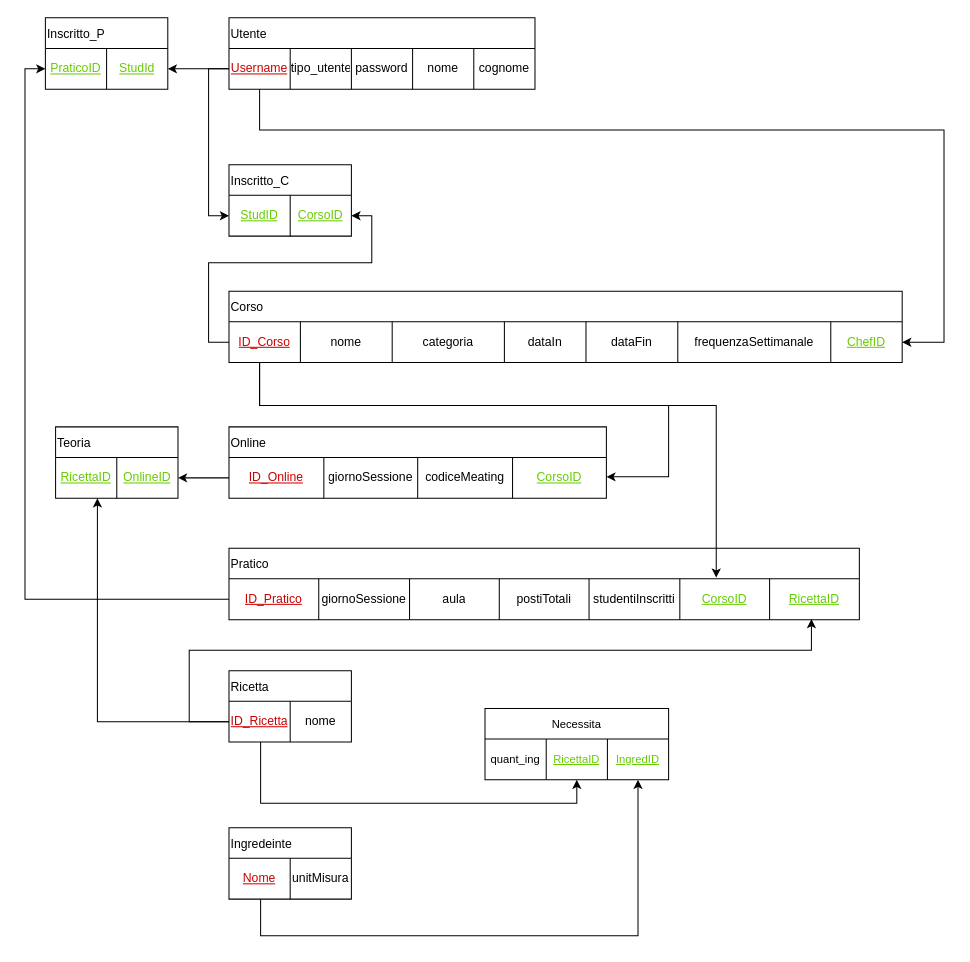
Before: page "Schema logico" (4 of 4) of bdd/uml/UML1.drawio in MetisWastaken/UninaFoodLab, a draw.io diagram. Source tidied: cells renumbered, new cells numbered last; positions are measured from the earlier drawing's top-left corner, leaving out a move shared by most shapes. Both pictures are drawn from the tidied source at 102%, with x=0, y=0 at pixel (45, 17).
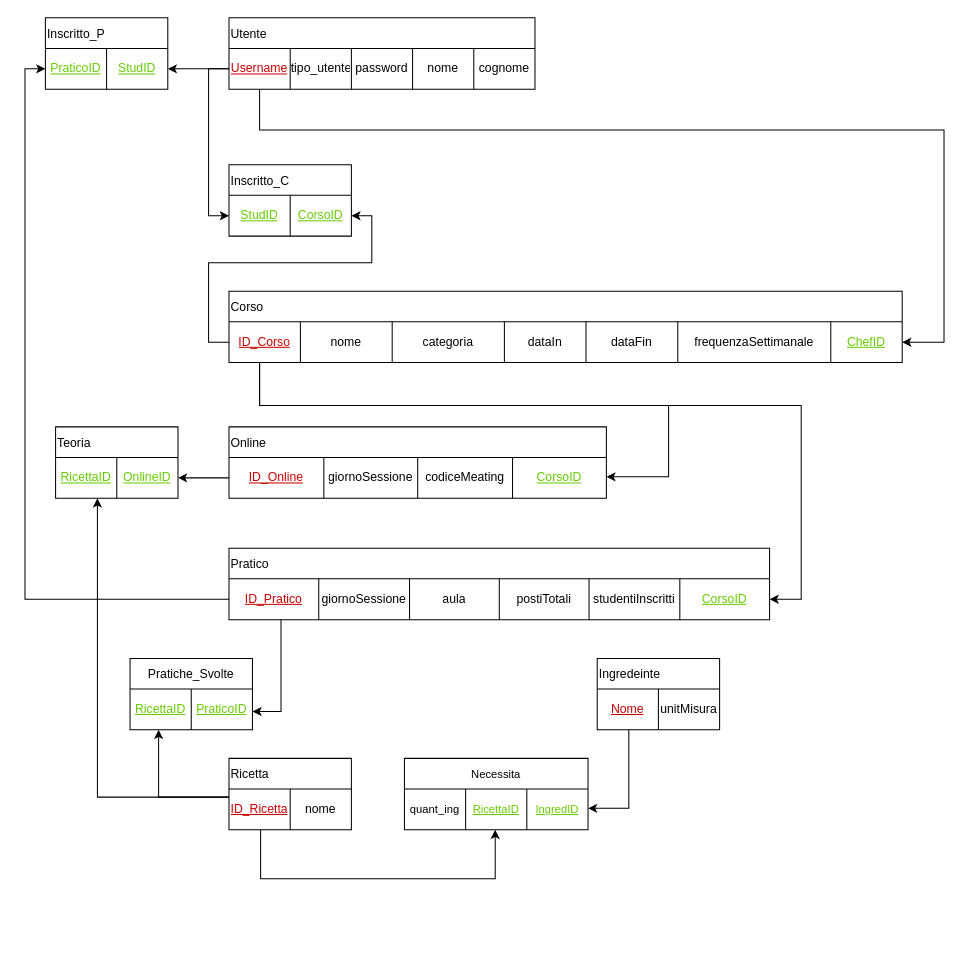
After the change.

The change refers to these unchanged cells:
```xml
<mxCell id="10" style="shape=tableRow;horizontal=0;startSize=0;swimlaneHead=0;swimlaneBody=0;strokeColor=inherit;top=0;left=0;bottom=0;right=0;fillColor=none;points=[[0,0.5],[1,0.5]];portConstraint=eastwest;" parent="9" vertex="1">
  <mxGeometry y="30" width="660" height="40" as="geometry" />
</mxCell>
<mxCell id="23" style="shape=tableRow;horizontal=0;startSize=0;swimlaneHead=0;swimlaneBody=0;strokeColor=inherit;top=0;left=0;bottom=0;right=0;fillColor=none;points=[[0,0.5],[1,0.5]];portConstraint=eastwest;" parent="22" vertex="1">
  <mxGeometry y="30" width="120" height="40" as="geometry" />
</mxCell>
<mxCell id="27" style="shape=tableRow;horizontal=0;startSize=0;swimlaneHead=0;swimlaneBody=0;strokeColor=inherit;top=0;left=0;bottom=0;right=0;fillColor=none;points=[[0,0.5],[1,0.5]];portConstraint=eastwest;" parent="26" vertex="1">
  <mxGeometry y="30" width="120" height="40" as="geometry" />
</mxCell>
<mxCell id="46" style="shape=tableRow;horizontal=0;startSize=0;swimlaneHead=0;swimlaneBody=0;strokeColor=inherit;top=0;left=0;bottom=0;right=0;fillColor=none;points=[[0,0.5],[1,0.5]];portConstraint=eastwest;" parent="45" vertex="1">
  <mxGeometry y="30" width="120" height="40" as="geometry" />
</mxCell>
<mxCell id="50" style="shape=tableRow;horizontal=0;startSize=0;swimlaneHead=0;swimlaneBody=0;strokeColor=inherit;top=0;left=0;bottom=0;right=0;fillColor=none;points=[[0,0.5],[1,0.5]];portConstraint=eastwest;" parent="49" vertex="1">
  <mxGeometry y="30" width="120" height="40" as="geometry" />
</mxCell>
<mxCell id="63" style="shape=tableRow;horizontal=0;startSize=0;swimlaneHead=0;swimlaneBody=0;strokeColor=inherit;top=0;left=0;bottom=0;right=0;fillColor=none;points=[[0,0.5],[1,0.5]];portConstraint=eastwest;fontFamily=Helvetica;fontSize=11;fontColor=default;labelBackgroundColor=default;" parent="62" vertex="1">
  <mxGeometry y="30" width="180" height="40" as="geometry" />
</mxCell>
```

Diff of the diagram source:
```diff
@@
-    <mxCell id="25" value="&lt;font style=&quot;color: rgb(102, 204, 0);&quot;&gt;&lt;u&gt;StudId&lt;/u&gt;&lt;/font&gt;" style="shape=partialRectangle;html=1;whiteSpace=wrap;strokeColor=inherit;overflow=hidden;fillColor=none;top=0;left=0;bottom=0;right=0;" parent="23" vertex="1">
+    <mxCell id="25" value="&lt;font style=&quot;color: rgb(102, 204, 0);&quot;&gt;&lt;u&gt;StudID&lt;/u&gt;&lt;/font&gt;" style="shape=partialRectangle;html=1;whiteSpace=wrap;strokeColor=inherit;overflow=hidden;fillColor=none;top=0;left=0;bottom=0;right=0;" parent="23" vertex="1">
       <mxGeometry x="60" width="60" height="40" as="geometry" />
     </mxCell>
@@
+    <mxCell id="70" style="edgeStyle=orthogonalEdgeStyle;rounded=0;jettySize=auto;html=1;" parent="1" edge="1" source="30" target="72">
+      <mxGeometry relative="1" as="geometry">
+        <Array as="points">
+          <mxPoint x="231" y="680" />
+        </Array>
+      </mxGeometry>
+    </mxCell>
     <mxCell id="30" value="Pratico" style="shape=table;startSize=30;childLayout=tableLayout;align=left;" parent="1" vertex="1">
-      <mxGeometry x="180" y="520" width="618" height="70" as="geometry" />
+      <mxGeometry x="180" y="520" width="530" height="70" as="geometry" />
     </mxCell>
     <mxCell id="31" style="shape=tableRow;horizontal=0;startSize=0;swimlaneHead=0;swimlaneBody=0;strokeColor=inherit;top=0;left=0;bottom=0;right=0;fillColor=none;points=[[0,0.5],[1,0.5]];portConstraint=eastwest;" parent="30" vertex="1">
-      <mxGeometry y="30" width="618" height="40" as="geometry" />
+      <mxGeometry y="30" width="530" height="40" as="geometry" />
     </mxCell>
@@
-    <mxCell id="38" value="&lt;font style=&quot;color: rgb(102, 204, 0);&quot;&gt;&lt;u&gt;RicettaID&lt;/u&gt;&lt;/font&gt;" style="shape=partialRectangle;html=1;whiteSpace=wrap;strokeColor=inherit;overflow=hidden;fillColor=none;top=0;left=0;bottom=0;right=0;" parent="31" vertex="1">
-      <mxGeometry x="530" width="88" height="40" as="geometry" />
-    </mxCell>
@@
     <mxCell id="45" value="Ricetta" style="shape=table;startSize=30;childLayout=tableLayout;align=left;" parent="1" vertex="1">
-      <mxGeometry x="180" y="640" width="120" height="70" as="geometry" />
+      <mxGeometry x="180" y="726" width="120" height="70" as="geometry" />
     </mxCell>
@@
     <mxCell id="49" value="Ingredeinte" style="shape=table;startSize=30;childLayout=tableLayout;align=left;" parent="1" vertex="1">
-      <mxGeometry x="180" y="794" width="120" height="70" as="geometry" />
+      <mxGeometry x="541" y="628" width="120" height="70" as="geometry" />
     </mxCell>
@@
-    <mxCell id="56" style="edgeStyle=orthogonalEdgeStyle;rounded=0;jettySize=auto;html=1;entryX=0.773;entryY=-0.031;entryDx=0;entryDy=0;entryPerimeter=0;" parent="1" edge="1" source="10" target="31">
+    <mxCell id="56" style="edgeStyle=orthogonalEdgeStyle;rounded=0;jettySize=auto;html=1;entryX=1;entryY=0.5;entryDx=0;entryDy=0;" parent="1" edge="1" source="10" target="31">
       <mxGeometry relative="1" as="geometry">
         <Array as="points">
           <mxPoint x="210" y="380" />
-          <mxPoint x="658" y="380" />
+          <mxPoint x="741" y="380" />
+          <mxPoint x="741" y="570" />
         </Array>
       </mxGeometry>
     </mxCell>
@@
     <mxCell id="61" style="edgeStyle=orthogonalEdgeStyle;rounded=0;jettySize=auto;html=1;endArrow=none;endFill=0;startArrow=classic;startFill=1;" parent="1" edge="1" source="27" target="46">
       <mxGeometry relative="1" as="geometry">
         <Array as="points">
-          <mxPoint x="51" y="690" />
+          <mxPoint x="51" y="764" />
         </Array>
       </mxGeometry>
     </mxCell>
     <mxCell id="62" value="Necessita" style="shape=table;startSize=30;childLayout=tableLayout;fontFamily=Helvetica;fontSize=11;fontColor=default;labelBackgroundColor=default;" parent="1" vertex="1">
-      <mxGeometry x="431" y="677" width="180" height="70" as="geometry" />
+      <mxGeometry x="352" y="726" width="180" height="70" as="geometry" />
     </mxCell>
@@
     <mxCell id="67" style="edgeStyle=orthogonalEdgeStyle;shape=connector;rounded=0;jettySize=auto;html=1;strokeColor=default;align=center;verticalAlign=middle;fontFamily=Helvetica;fontSize=11;fontColor=default;labelBackgroundColor=default;endArrow=classic;" parent="1" edge="1" source="50" target="63">
       <mxGeometry relative="1" as="geometry">
         <Array as="points">
-          <mxPoint x="211" y="900" />
-          <mxPoint x="581" y="900" />
+          <mxPoint x="572" y="775" />
         </Array>
       </mxGeometry>
     </mxCell>
     <mxCell id="68" style="edgeStyle=orthogonalEdgeStyle;shape=connector;rounded=0;jettySize=auto;html=1;strokeColor=default;align=center;verticalAlign=middle;fontFamily=Helvetica;fontSize=11;fontColor=default;labelBackgroundColor=default;endArrow=classic;" parent="1" edge="1" source="46" target="63">
       <mxGeometry relative="1" as="geometry">
         <Array as="points">
-          <mxPoint x="211" y="770" />
-          <mxPoint x="521" y="770" />
+          <mxPoint x="211" y="844" />
+          <mxPoint x="441" y="844" />
         </Array>
       </mxGeometry>
     </mxCell>
-    <mxCell id="69" style="edgeStyle=orthogonalEdgeStyle;shape=connector;rounded=0;jettySize=auto;html=1;entryX=0.924;entryY=0.985;entryDx=0;entryDy=0;entryPerimeter=0;strokeColor=default;align=center;verticalAlign=middle;fontFamily=Helvetica;fontSize=11;fontColor=default;labelBackgroundColor=default;endArrow=classic;" parent="1" edge="1" source="46" target="31">
+    <mxCell id="69" style="edgeStyle=orthogonalEdgeStyle;shape=connector;rounded=0;jettySize=auto;html=1;strokeColor=default;align=center;verticalAlign=middle;fontFamily=Helvetica;fontSize=11;fontColor=default;labelBackgroundColor=default;endArrow=classic;" parent="1" edge="1" source="46" target="72">
       <mxGeometry relative="1" as="geometry">
         <Array as="points">
-          <mxPoint x="141" y="690" />
-          <mxPoint x="141" y="620" />
-          <mxPoint x="751" y="620" />
+          <mxPoint x="111" y="764" />
         </Array>
       </mxGeometry>
     </mxCell>
+    <mxCell id="71" value="Pratiche_Svolte" style="shape=table;startSize=30;childLayout=tableLayout;" parent="1" vertex="1">
+      <mxGeometry x="83" y="628" width="120" height="70" as="geometry" />
+    </mxCell>
+    <mxCell id="72" style="shape=tableRow;horizontal=0;startSize=0;swimlaneHead=0;swimlaneBody=0;strokeColor=inherit;top=0;left=0;bottom=0;right=0;fillColor=none;points=[[0,0.5],[1,0.5]];portConstraint=eastwest;" parent="71" vertex="1">
+      <mxGeometry y="30" width="120" height="40" as="geometry" />
+    </mxCell>
+    <mxCell id="38" value="&lt;u style=&quot;color: rgb(102, 204, 0);&quot;&gt;RicettaID&lt;/u&gt;" style="shape=partialRectangle;html=1;whiteSpace=wrap;strokeColor=inherit;overflow=hidden;fillColor=none;top=0;left=0;bottom=0;right=0;" parent="72" vertex="1">
+      <mxGeometry width="60" height="40" as="geometry" />
+    </mxCell>
+    <mxCell id="73" value="&lt;font style=&quot;color: rgb(102, 204, 0);&quot;&gt;&lt;u&gt;PraticoID&lt;/u&gt;&lt;/font&gt;" style="shape=partialRectangle;html=1;whiteSpace=wrap;strokeColor=inherit;overflow=hidden;fillColor=none;top=0;left=0;bottom=0;right=0;" parent="72" vertex="1">
+      <mxGeometry x="60" width="60" height="40" as="geometry" />
+    </mxCell>
```
